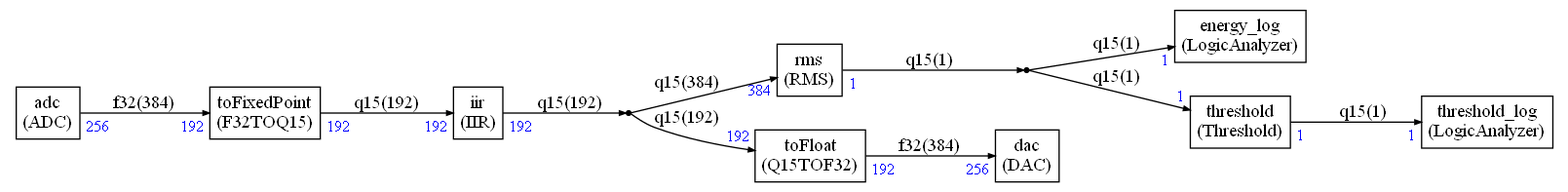
The Graphviz diagram ComputeGraph/Pictures/graph_with_higher_latency.png in Arm-Examples/CMSIS-Stream-PoC, before a commit. Its source is kept beside it as ComputeGraph/Pictures/graph_with_higher_latency.dot.
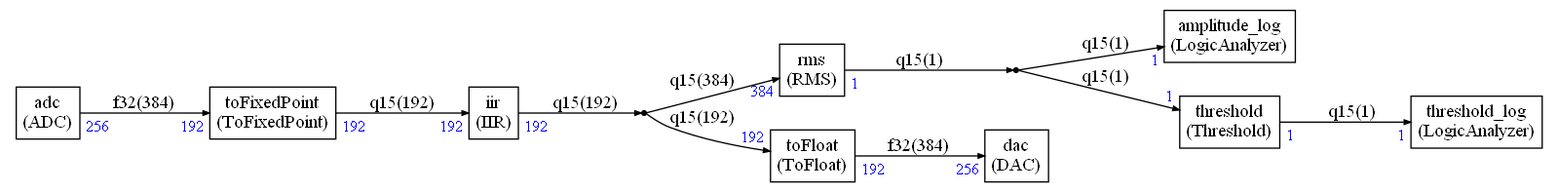
Later version of the same file.

What changed in the source:
```diff
@@ -12,6 +12,13 @@
   </TR>
 </TABLE>>];
 
+amplitude_log [label=<
+<TABLE BORDER="0" CELLBORDER="1" CELLSPACING="0" CELLPADDING="4">
+  <TR>
+    <TD ALIGN="CENTER" PORT="i">amplitude_log<BR/>(LogicAnalyzer)</TD>
+  </TR>
+</TABLE>>];
+
 dac [label=<
 <TABLE BORDER="0" CELLBORDER="1" CELLSPACING="0" CELLPADDING="4">
   <TR>
@@ -22,13 +29,6 @@
 dup0 [shape=point,label=dup0]
 
 dup1 [shape=point,label=dup1]
-
-energy_log [label=<
-<TABLE BORDER="0" CELLBORDER="1" CELLSPACING="0" CELLPADDING="4">
-  <TR>
-    <TD ALIGN="CENTER" PORT="i">energy_log<BR/>(LogicAnalyzer)</TD>
-  </TR>
-</TABLE>>];
 
 iir [label=<
 <TABLE BORDER="0" CELLBORDER="1" CELLSPACING="0" CELLPADDING="4">
@@ -61,14 +61,14 @@
 toFixedPoint [label=<
 <TABLE BORDER="0" CELLBORDER="1" CELLSPACING="0" CELLPADDING="4">
   <TR>
-    <TD ALIGN="CENTER" PORT="i">toFixedPoint<BR/>(F32TOQ15)</TD>
+    <TD ALIGN="CENTER" PORT="i">toFixedPoint<BR/>(ToFixedPoint)</TD>
   </TR>
 </TABLE>>];
 
 toFloat [label=<
 <TABLE BORDER="0" CELLBORDER="1" CELLSPACING="0" CELLPADDING="4">
   <TR>
-    <TD ALIGN="CENTER" PORT="i">toFloat<BR/>(Q15TOF32)</TD>
+    <TD ALIGN="CENTER" PORT="i">toFloat<BR/>(ToFloat)</TD>
   </TR>
 </TABLE>>];
 
@@ -129,7 +129,7 @@
 ]
 
 
-dup1 -> energy_log:i [label="q15(1)"
+dup1 -> amplitude_log:i [label="q15(1)"
 ,headlabel=<<TABLE BORDER="0" CELLPADDING="2"><TR><TD><FONT COLOR="blue" POINT-SIZE="12.0" >1</FONT>
 </TD></TR></TABLE>>
 ]
```
